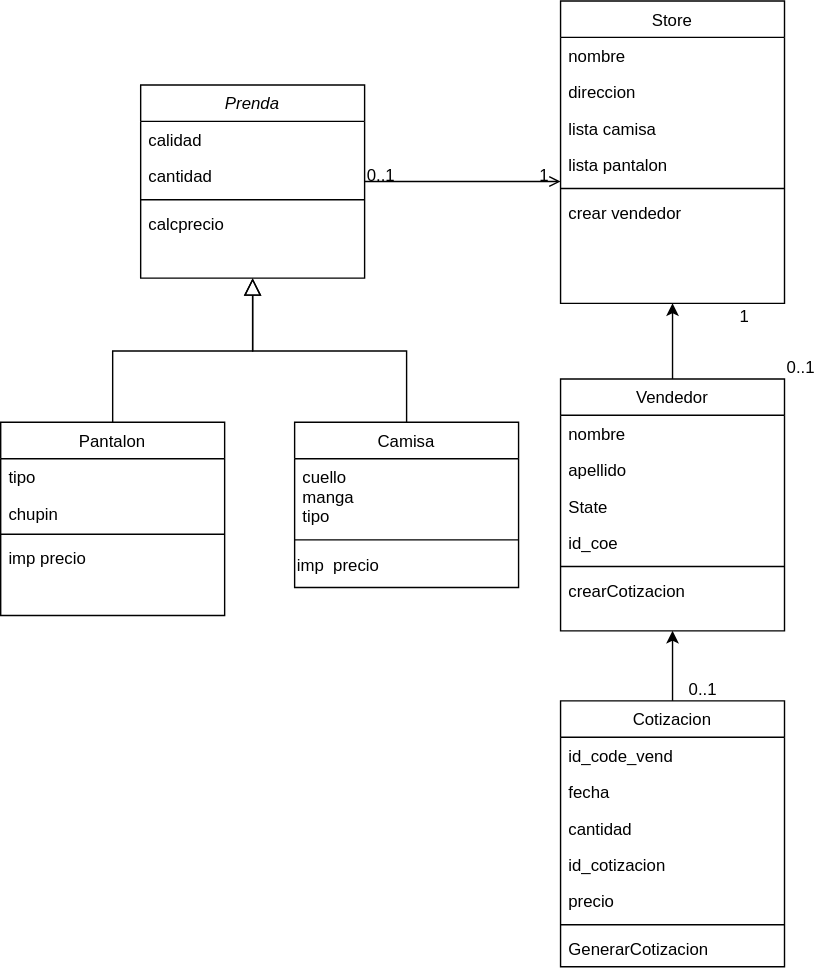
Earlier version of the draw.io export Tienda.Quark/DiagramaC.drawio.svg (BROC95/Escritorio_Cotizacion). Source tidied: cells renumbered, new cells last; positions are measured from the earlier drawing's top-left corner, leaving out a move shared by most shapes.
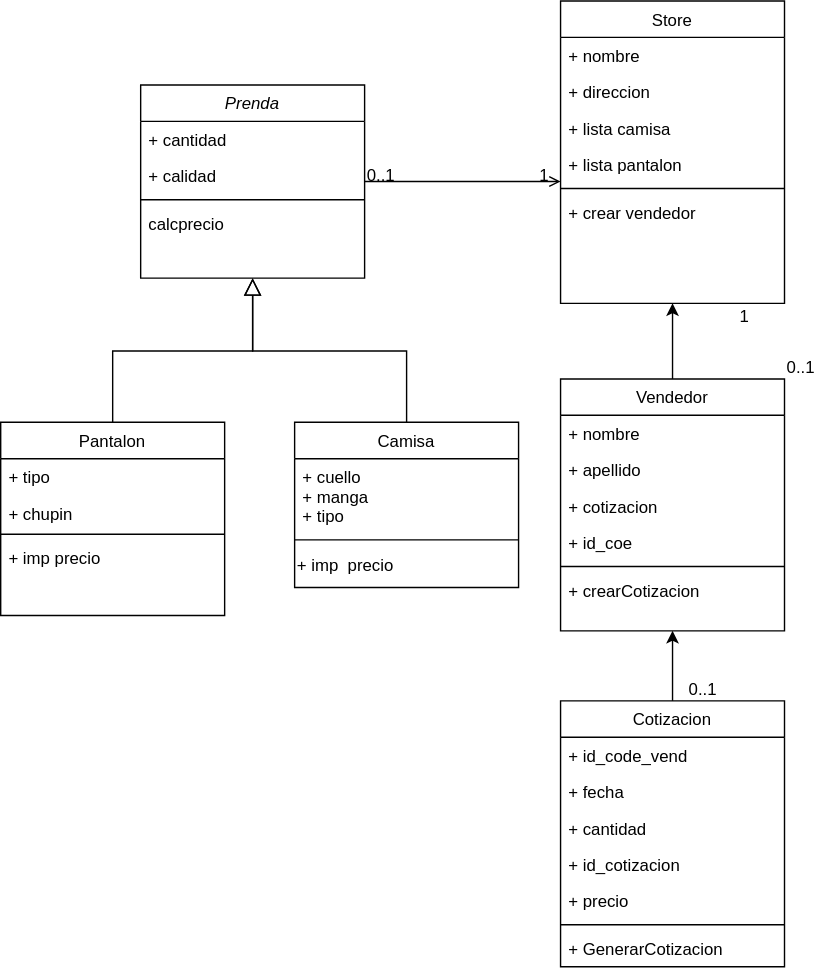
After the change.

Diff of the diagram source:
```diff
@@ -5,12 +5,12 @@
     <mxCell id="2" value="Prenda" style="swimlane;fontStyle=2;align=center;verticalAlign=top;horizontal=1;startSize=26;rounded=0;shadow=0;strokeWidth=1;" parent="1" vertex="1">
       <mxGeometry x="100" y="60" width="160" height="138" as="geometry" />
     </mxCell>
+    <mxCell id="4" value="+ cantidad" style="text;align=left;verticalAlign=top;spacingLeft=4;spacingRight=4;overflow=hidden;rounded=0;shadow=0;html=0;" parent="2" vertex="1">
+      <mxGeometry y="26" width="160" height="26" as="geometry" />
+    </mxCell>
-    <mxCell id="3" value="calidad" style="text;align=left;verticalAlign=top;spacingLeft=4;spacingRight=4;overflow=hidden;" parent="2" vertex="1">
-      <mxGeometry y="26" width="160" height="26" as="geometry" />
+    <mxCell id="3" value="+ calidad" style="text;align=left;verticalAlign=top;spacingLeft=4;spacingRight=4;overflow=hidden;" parent="2" vertex="1">
+      <mxGeometry y="52" width="160" height="26" as="geometry" />
     </mxCell>
-    <mxCell id="4" value="cantidad" style="text;align=left;verticalAlign=top;spacingLeft=4;spacingRight=4;overflow=hidden;rounded=0;shadow=0;html=0;" parent="2" vertex="1">
-      <mxGeometry y="52" width="160" height="26" as="geometry" />
-    </mxCell>
     <mxCell id="5" style="line;html=1;strokeWidth=1;align=left;verticalAlign=middle;spacingTop=-1;spacingLeft=3;spacingRight=3;labelPosition=right;" parent="2" vertex="1">
       <mxGeometry y="78" width="160" height="8" as="geometry" />
     </mxCell>
@@ -20,16 +20,16 @@
     <mxCell id="7" value="Pantalon" style="swimlane;fontStyle=0;align=center;verticalAlign=top;horizontal=1;startSize=26;rounded=0;shadow=0;strokeWidth=1;" parent="1" vertex="1">
       <mxGeometry y="301" width="160" height="138" as="geometry" />
     </mxCell>
-    <mxCell id="8" value="tipo" style="text;align=left;verticalAlign=top;spacingLeft=4;spacingRight=4;overflow=hidden;rounded=0;shadow=0;html=0;" parent="7" vertex="1">
+    <mxCell id="8" value="+ tipo" style="text;align=left;verticalAlign=top;spacingLeft=4;spacingRight=4;overflow=hidden;rounded=0;shadow=0;html=0;" parent="7" vertex="1">
       <mxGeometry y="26" width="160" height="26" as="geometry" />
     </mxCell>
-    <mxCell id="9" value="chupin" style="text;align=left;verticalAlign=top;spacingLeft=4;spacingRight=4;overflow=hidden;" parent="7" vertex="1">
+    <mxCell id="9" value="+ chupin" style="text;align=left;verticalAlign=top;spacingLeft=4;spacingRight=4;overflow=hidden;" parent="7" vertex="1">
       <mxGeometry y="52" width="160" height="24" as="geometry" />
     </mxCell>
     <mxCell id="10" style="line;html=1;strokeWidth=1;align=left;verticalAlign=middle;spacingTop=-1;spacingLeft=3;spacingRight=3;labelPosition=right;" parent="7" vertex="1">
       <mxGeometry y="76" width="160" height="8" as="geometry" />
     </mxCell>
-    <mxCell id="11" value="imp precio" style="text;align=left;verticalAlign=top;spacingLeft=4;spacingRight=4;overflow=hidden;" parent="7" vertex="1">
+    <mxCell id="11" value="+ imp precio" style="text;align=left;verticalAlign=top;spacingLeft=4;spacingRight=4;overflow=hidden;" parent="7" vertex="1">
       <mxGeometry y="84" width="160" height="26" as="geometry" />
     </mxCell>
     <mxCell id="12" style="endArrow=block;endSize=10;endFill=0;shadow=0;strokeWidth=1;rounded=0;edgeStyle=elbowEdgeStyle;elbow=vertical;" parent="1" edge="1" source="7" target="2">
@@ -38,13 +38,13 @@
     <mxCell id="13" value="Camisa" style="swimlane;fontStyle=0;align=center;verticalAlign=top;horizontal=1;startSize=26;rounded=0;shadow=0;strokeWidth=1;" parent="1" vertex="1">
       <mxGeometry x="210" y="301" width="160" height="118" as="geometry" />
     </mxCell>
-    <mxCell id="14" value="cuello&#10;manga&#10;tipo" style="text;align=left;verticalAlign=top;spacingLeft=4;spacingRight=4;overflow=hidden;" parent="13" vertex="1">
+    <mxCell id="14" value="+ cuello&#10;+ manga&#10;+ tipo" style="text;align=left;verticalAlign=top;spacingLeft=4;spacingRight=4;overflow=hidden;" parent="13" vertex="1">
       <mxGeometry y="26" width="160" height="54" as="geometry" />
     </mxCell>
     <mxCell id="15" style="line;html=1;strokeWidth=1;align=left;verticalAlign=middle;spacingTop=-1;spacingLeft=3;spacingRight=3;labelPosition=right;" parent="13" vertex="1">
       <mxGeometry y="80" width="160" height="8" as="geometry" />
     </mxCell>
-    <mxCell id="16" value="imp&amp;nbsp; precio" style="text;html=1;align=left;verticalAlign=middle;strokeColor=none;fillColor=none;" parent="13" vertex="1">
+    <mxCell id="16" value="+ imp&amp;nbsp; precio" style="text;html=1;align=left;verticalAlign=middle;strokeColor=none;fillColor=none;" parent="13" vertex="1">
       <mxGeometry y="88" width="160" height="30" as="geometry" />
     </mxCell>
     <mxCell id="17" style="endArrow=block;endSize=10;endFill=0;shadow=0;strokeWidth=1;rounded=0;edgeStyle=elbowEdgeStyle;elbow=vertical;" parent="1" edge="1" source="13" target="2">
@@ -53,22 +53,22 @@
     <mxCell id="18" value="Store" style="swimlane;fontStyle=0;align=center;verticalAlign=top;horizontal=1;startSize=26;rounded=0;shadow=0;strokeWidth=1;" parent="1" vertex="1">
       <mxGeometry x="400" width="160" height="216" as="geometry" />
     </mxCell>
-    <mxCell id="19" value="nombre" style="text;align=left;verticalAlign=top;spacingLeft=4;spacingRight=4;overflow=hidden;" parent="18" vertex="1">
+    <mxCell id="19" value="+ nombre" style="text;align=left;verticalAlign=top;spacingLeft=4;spacingRight=4;overflow=hidden;" parent="18" vertex="1">
       <mxGeometry y="26" width="160" height="26" as="geometry" />
     </mxCell>
-    <mxCell id="20" value="direccion" style="text;align=left;verticalAlign=top;spacingLeft=4;spacingRight=4;overflow=hidden;rounded=0;shadow=0;html=0;" parent="18" vertex="1">
+    <mxCell id="20" value="+ direccion" style="text;align=left;verticalAlign=top;spacingLeft=4;spacingRight=4;overflow=hidden;rounded=0;shadow=0;html=0;" parent="18" vertex="1">
       <mxGeometry y="52" width="160" height="26" as="geometry" />
     </mxCell>
-    <mxCell id="21" value="lista camisa" style="text;align=left;verticalAlign=top;spacingLeft=4;spacingRight=4;overflow=hidden;rounded=0;shadow=0;html=0;" parent="18" vertex="1">
+    <mxCell id="21" value="+ lista camisa" style="text;align=left;verticalAlign=top;spacingLeft=4;spacingRight=4;overflow=hidden;rounded=0;shadow=0;html=0;" parent="18" vertex="1">
       <mxGeometry y="78" width="160" height="26" as="geometry" />
     </mxCell>
-    <mxCell id="22" value="lista pantalon" style="text;align=left;verticalAlign=top;spacingLeft=4;spacingRight=4;overflow=hidden;rounded=0;shadow=0;html=0;" parent="18" vertex="1">
+    <mxCell id="22" value="+ lista pantalon" style="text;align=left;verticalAlign=top;spacingLeft=4;spacingRight=4;overflow=hidden;rounded=0;shadow=0;html=0;" parent="18" vertex="1">
       <mxGeometry y="104" width="160" height="26" as="geometry" />
     </mxCell>
     <mxCell id="23" style="line;html=1;strokeWidth=1;align=left;verticalAlign=middle;spacingTop=-1;spacingLeft=3;spacingRight=3;labelPosition=right;" parent="18" vertex="1">
       <mxGeometry y="130" width="160" height="8" as="geometry" />
     </mxCell>
-    <mxCell id="24" value="crear vendedor" style="text;align=left;verticalAlign=top;spacingLeft=4;spacingRight=4;overflow=hidden;" parent="18" vertex="1">
+    <mxCell id="24" value="+ crear vendedor" style="text;align=left;verticalAlign=top;spacingLeft=4;spacingRight=4;overflow=hidden;" parent="18" vertex="1">
       <mxGeometry y="138" width="160" height="26" as="geometry" />
     </mxCell>
     <mxCell id="25" style="endArrow=open;shadow=0;strokeWidth=1;rounded=0;endFill=1;edgeStyle=elbowEdgeStyle;elbow=vertical;" parent="1" edge="1" source="2" target="18">
@@ -89,46 +89,46 @@
     <mxCell id="28" value="Vendedor" style="swimlane;fontStyle=0;align=center;verticalAlign=top;horizontal=1;startSize=26;rounded=0;shadow=0;strokeWidth=1;" parent="1" vertex="1">
       <mxGeometry x="400" y="270" width="160" height="180" as="geometry" />
     </mxCell>
-    <mxCell id="29" value="nombre" style="text;align=left;verticalAlign=top;spacingLeft=4;spacingRight=4;overflow=hidden;" parent="28" vertex="1">
+    <mxCell id="29" value="+ nombre" style="text;align=left;verticalAlign=top;spacingLeft=4;spacingRight=4;overflow=hidden;" parent="28" vertex="1">
       <mxGeometry y="26" width="160" height="26" as="geometry" />
     </mxCell>
-    <mxCell id="30" value="apellido" style="text;align=left;verticalAlign=top;spacingLeft=4;spacingRight=4;overflow=hidden;rounded=0;shadow=0;html=0;" parent="28" vertex="1">
+    <mxCell id="30" value="+ apellido" style="text;align=left;verticalAlign=top;spacingLeft=4;spacingRight=4;overflow=hidden;rounded=0;shadow=0;html=0;" parent="28" vertex="1">
       <mxGeometry y="52" width="160" height="26" as="geometry" />
     </mxCell>
-    <mxCell id="31" value="State" style="text;align=left;verticalAlign=top;spacingLeft=4;spacingRight=4;overflow=hidden;rounded=0;shadow=0;html=0;" parent="28" vertex="1">
+    <mxCell id="31" value="+ cotizacion" style="text;align=left;verticalAlign=top;spacingLeft=4;spacingRight=4;overflow=hidden;rounded=0;shadow=0;html=0;" parent="28" vertex="1">
       <mxGeometry y="78" width="160" height="26" as="geometry" />
     </mxCell>
-    <mxCell id="32" value="id_coe" style="text;align=left;verticalAlign=top;spacingLeft=4;spacingRight=4;overflow=hidden;rounded=0;shadow=0;html=0;" parent="28" vertex="1">
+    <mxCell id="32" value="+ id_coe" style="text;align=left;verticalAlign=top;spacingLeft=4;spacingRight=4;overflow=hidden;rounded=0;shadow=0;html=0;" parent="28" vertex="1">
       <mxGeometry y="104" width="160" height="26" as="geometry" />
     </mxCell>
     <mxCell id="33" style="line;html=1;strokeWidth=1;align=left;verticalAlign=middle;spacingTop=-1;spacingLeft=3;spacingRight=3;labelPosition=right;" parent="28" vertex="1">
       <mxGeometry y="130" width="160" height="8" as="geometry" />
     </mxCell>
-    <mxCell id="34" value="crearCotizacion" style="text;align=left;verticalAlign=top;spacingLeft=4;spacingRight=4;overflow=hidden;" parent="28" vertex="1">
+    <mxCell id="34" value="+ crearCotizacion" style="text;align=left;verticalAlign=top;spacingLeft=4;spacingRight=4;overflow=hidden;" parent="28" vertex="1">
       <mxGeometry y="138" width="160" height="26" as="geometry" />
     </mxCell>
     <mxCell id="35" value="Cotizacion" style="swimlane;fontStyle=0;align=center;verticalAlign=top;horizontal=1;startSize=26;rounded=0;shadow=0;strokeWidth=1;" parent="1" vertex="1">
       <mxGeometry x="400" y="500" width="160" height="190" as="geometry" />
     </mxCell>
-    <mxCell id="36" value="id_code_vend" style="text;align=left;verticalAlign=top;spacingLeft=4;spacingRight=4;overflow=hidden;" parent="35" vertex="1">
+    <mxCell id="36" value="+ id_code_vend" style="text;align=left;verticalAlign=top;spacingLeft=4;spacingRight=4;overflow=hidden;" parent="35" vertex="1">
       <mxGeometry y="26" width="160" height="26" as="geometry" />
     </mxCell>
-    <mxCell id="37" value="fecha" style="text;align=left;verticalAlign=top;spacingLeft=4;spacingRight=4;overflow=hidden;rounded=0;shadow=0;html=0;" parent="35" vertex="1">
+    <mxCell id="37" value="+ fecha" style="text;align=left;verticalAlign=top;spacingLeft=4;spacingRight=4;overflow=hidden;rounded=0;shadow=0;html=0;" parent="35" vertex="1">
       <mxGeometry y="52" width="160" height="26" as="geometry" />
     </mxCell>
-    <mxCell id="38" value="cantidad" style="text;align=left;verticalAlign=top;spacingLeft=4;spacingRight=4;overflow=hidden;rounded=0;shadow=0;html=0;" parent="35" vertex="1">
+    <mxCell id="38" value="+ cantidad" style="text;align=left;verticalAlign=top;spacingLeft=4;spacingRight=4;overflow=hidden;rounded=0;shadow=0;html=0;" parent="35" vertex="1">
       <mxGeometry y="78" width="160" height="26" as="geometry" />
     </mxCell>
-    <mxCell id="39" value="id_cotizacion" style="text;align=left;verticalAlign=top;spacingLeft=4;spacingRight=4;overflow=hidden;rounded=0;shadow=0;html=0;" parent="35" vertex="1">
+    <mxCell id="39" value="+ id_cotizacion" style="text;align=left;verticalAlign=top;spacingLeft=4;spacingRight=4;overflow=hidden;rounded=0;shadow=0;html=0;" parent="35" vertex="1">
       <mxGeometry y="104" width="160" height="26" as="geometry" />
     </mxCell>
-    <mxCell id="40" value="precio" style="text;align=left;verticalAlign=top;spacingLeft=4;spacingRight=4;overflow=hidden;rounded=0;shadow=0;html=0;" parent="35" vertex="1">
+    <mxCell id="40" value="+ precio" style="text;align=left;verticalAlign=top;spacingLeft=4;spacingRight=4;overflow=hidden;rounded=0;shadow=0;html=0;" parent="35" vertex="1">
       <mxGeometry y="130" width="160" height="26" as="geometry" />
     </mxCell>
     <mxCell id="41" style="line;html=1;strokeWidth=1;align=left;verticalAlign=middle;spacingTop=-1;spacingLeft=3;spacingRight=3;labelPosition=right;" parent="35" vertex="1">
       <mxGeometry y="156" width="160" height="8" as="geometry" />
     </mxCell>
-    <mxCell id="42" value="GenerarCotizacion" style="text;align=left;verticalAlign=top;spacingLeft=4;spacingRight=4;overflow=hidden;" parent="35" vertex="1">
+    <mxCell id="42" value="+ GenerarCotizacion" style="text;align=left;verticalAlign=top;spacingLeft=4;spacingRight=4;overflow=hidden;" parent="35" vertex="1">
       <mxGeometry y="164" width="160" height="26" as="geometry" />
     </mxCell>
     <mxCell id="43" style="endArrow=classic;html=1;rounded=0;entryX=0.5;entryY=1;entryDx=0;entryDy=0;exitX=0.5;exitY=0;exitDx=0;exitDy=0;" parent="1" edge="1" source="28" target="18">
```
